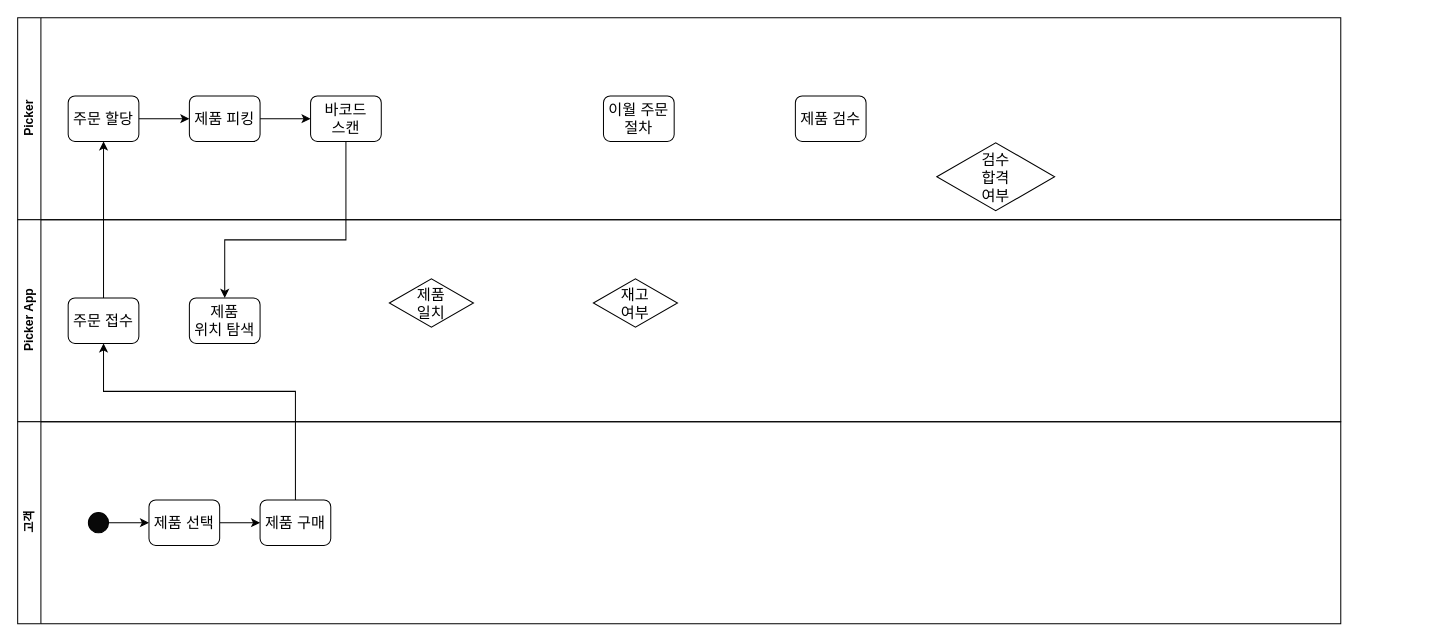
Before: 제목 없는 다이어그램.drawio in dbsrudrla/diagram, a draw.io diagram. Source tidied: cells renumbered, new cells numbered last; positions are measured from the earlier drawing's top-left corner, leaving out a move shared by most shapes. Both pictures are drawn from the tidied source at 101%, with x=0, y=0 at pixel (17, 17).
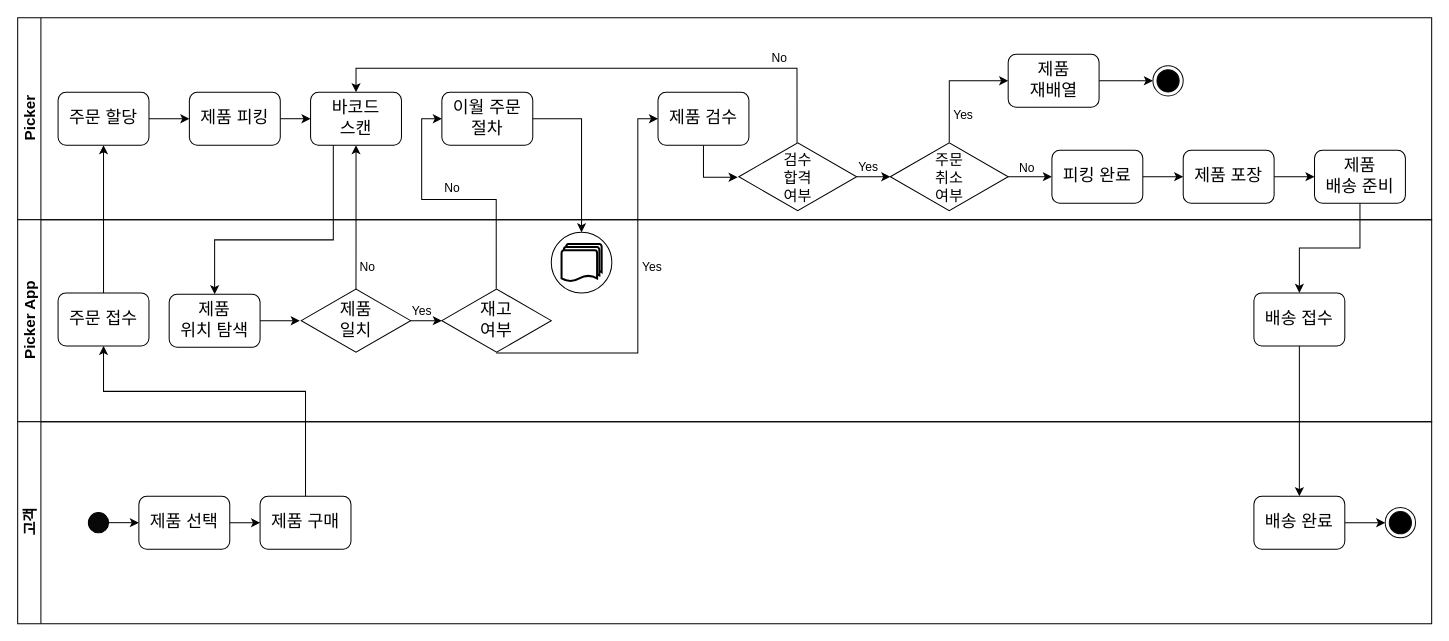
The same diagram, later.

Commit message (it also covers changes not shown here):
제목 없는 다이어그램.drawio 업데이트

The edit, as a diff of the source:
```diff
@@
-    <mxCell id="2" value="Picker" style="swimlane;horizontal=0;whiteSpace=wrap;html=1;" parent="1" vertex="1">
-      <mxGeometry width="1310" height="200" as="geometry" />
+    <mxCell id="2" value="&lt;font style=&quot;font-size: 15px;&quot;&gt;&lt;b&gt;Picker&lt;/b&gt;&lt;/font&gt;" style="swimlane;horizontal=0;whiteSpace=wrap;html=1;fontStyle=0;" parent="1" vertex="1">
+      <mxGeometry width="1400" height="200" as="geometry" />
     </mxCell>
@@
+    <mxCell id="5" style="edgeStyle=orthogonalEdgeStyle;rounded=0;jettySize=auto;html=1;exitX=1;exitY=0.5;exitDx=0;exitDy=0;entryX=0;entryY=0.5;entryDx=0;entryDy=0;" parent="2" edge="1" source="6" target="7">
+      <mxGeometry relative="1" as="geometry" />
+    </mxCell>
+    <mxCell id="25" style="edgeStyle=orthogonalEdgeStyle;rounded=0;jettySize=auto;html=1;exitX=0.5;exitY=0;exitDx=0;exitDy=0;entryX=0.494;entryY=0.02;entryDx=0;entryDy=0;entryPerimeter=0;startArrow=classic;startFill=1;endArrow=none;endFill=0;" parent="2" edge="1" source="7" target="10">
+      <mxGeometry relative="1" as="geometry">
+        <Array as="points">
+          <mxPoint x="335" y="50" />
+          <mxPoint x="772" y="50" />
+          <mxPoint x="772" y="124" />
+        </Array>
+      </mxGeometry>
+    </mxCell>
+    <mxCell id="26" style="edgeStyle=orthogonalEdgeStyle;rounded=0;jettySize=auto;html=1;exitX=0.5;exitY=1;exitDx=0;exitDy=0;entryX=-0.01;entryY=0.507;entryDx=0;entryDy=0;entryPerimeter=0;" parent="2" edge="1" source="9" target="10">
+      <mxGeometry relative="1" as="geometry">
+        <Array as="points">
+          <mxPoint x="679" y="158" />
+        </Array>
+      </mxGeometry>
+    </mxCell>
+    <mxCell id="27" style="edgeStyle=orthogonalEdgeStyle;rounded=0;jettySize=auto;html=1;" parent="2" edge="1" source="10" target="29">
+      <mxGeometry relative="1" as="geometry" />
+    </mxCell>
+    <mxCell id="10" value="검수&lt;br&gt;합격&lt;br&gt;여부" style="html=1;whiteSpace=wrap;shape=isoRectangle;fontSize=15;" parent="2" vertex="1">
+      <mxGeometry x="714" y="122.5" width="116.7" height="70" as="geometry" />
+    </mxCell>
+    <mxCell id="28" style="edgeStyle=orthogonalEdgeStyle;rounded=0;jettySize=auto;html=1;entryX=0;entryY=0.5;entryDx=0;entryDy=0;" parent="2" edge="1" source="29" target="36">
+      <mxGeometry relative="1" as="geometry" />
+    </mxCell>
+    <mxCell id="29" value="주문&lt;br&gt;취소&lt;br&gt;여부" style="html=1;whiteSpace=wrap;shape=isoRectangle;fontSize=15;" parent="2" vertex="1">
+      <mxGeometry x="864" y="122.5" width="116.7" height="70" as="geometry" />
+    </mxCell>
+    <mxCell id="30" style="edgeStyle=orthogonalEdgeStyle;rounded=0;jettySize=auto;html=1;exitX=0;exitY=0.5;exitDx=0;exitDy=0;entryX=0.5;entryY=0.015;entryDx=0;entryDy=0;entryPerimeter=0;startArrow=classic;startFill=1;endArrow=none;endFill=0;" parent="2" edge="1" source="35" target="29">
+      <mxGeometry relative="1" as="geometry" />
+    </mxCell>
+    <mxCell id="31" style="edgeStyle=orthogonalEdgeStyle;rounded=0;jettySize=auto;html=1;exitX=1;exitY=0.5;exitDx=0;exitDy=0;entryX=0;entryY=0.5;entryDx=0;entryDy=0;" parent="2" edge="1" source="35" target="32">
+      <mxGeometry relative="1" as="geometry" />
+    </mxCell>
+    <mxCell id="32" style="ellipse;html=1;shape=endState;fillColor=#000000;strokeColor=#080808;" parent="2" vertex="1">
+      <mxGeometry x="1124" y="47.5" width="30" height="30" as="geometry" />
+    </mxCell>
+    <mxCell id="33" style="edgeStyle=orthogonalEdgeStyle;rounded=0;jettySize=auto;html=1;exitX=1;exitY=0.5;exitDx=0;exitDy=0;entryX=0;entryY=0.5;entryDx=0;entryDy=0;" parent="2" edge="1" source="36" target="37">
+      <mxGeometry relative="1" as="geometry" />
+    </mxCell>
+    <mxCell id="34" style="edgeStyle=orthogonalEdgeStyle;rounded=0;jettySize=auto;html=1;exitX=1;exitY=0.5;exitDx=0;exitDy=0;entryX=0;entryY=0.5;entryDx=0;entryDy=0;" parent="2" edge="1" source="37" target="38">
+      <mxGeometry relative="1" as="geometry" />
+    </mxCell>
-    <mxCell id="4" value="&lt;font style=&quot;font-size: 15px;&quot;&gt;주문 할당&lt;/font&gt;" style="rounded=1;whiteSpace=wrap;html=1;" parent="2" vertex="1">
-      <mxGeometry x="50" y="77.5" width="70" height="45" as="geometry" />
+    <mxCell id="4" value="&lt;font style=&quot;font-size: 17px;&quot;&gt;주문 할당&lt;/font&gt;" style="rounded=1;whiteSpace=wrap;html=1;fontSize=17;" parent="2" vertex="1">
+      <mxGeometry x="40" y="73.8" width="90" height="52.5" as="geometry" />
     </mxCell>
-    <mxCell id="5" style="edgeStyle=orthogonalEdgeStyle;rounded=0;jettySize=auto;html=1;exitX=1;exitY=0.5;exitDx=0;exitDy=0;entryX=0;entryY=0.5;entryDx=0;entryDy=0;" parent="2" edge="1" source="6" target="7">
-      <mxGeometry relative="1" as="geometry" />
-    </mxCell>
-    <mxCell id="6" value="&lt;font style=&quot;font-size: 15px;&quot;&gt;제품 피킹&lt;/font&gt;" style="rounded=1;whiteSpace=wrap;html=1;" parent="2" vertex="1">
-      <mxGeometry x="170" y="77.5" width="70" height="45" as="geometry" />
+    <mxCell id="6" value="&lt;font style=&quot;font-size: 17px;&quot;&gt;제품 피킹&lt;/font&gt;" style="rounded=1;whiteSpace=wrap;html=1;fontSize=17;" parent="2" vertex="1">
+      <mxGeometry x="170" y="73.8" width="90" height="52.5" as="geometry" />
     </mxCell>
-    <mxCell id="7" value="&lt;font style=&quot;font-size: 15px;&quot;&gt;바코드 &lt;br&gt;스캔&lt;/font&gt;" style="rounded=1;whiteSpace=wrap;html=1;" parent="2" vertex="1">
-      <mxGeometry x="290" y="77.5" width="70" height="45" as="geometry" />
+    <mxCell id="7" value="&lt;font style=&quot;font-size: 17px;&quot;&gt;바코드&lt;br&gt;스캔&lt;/font&gt;" style="rounded=1;whiteSpace=wrap;html=1;fontSize=17;" parent="2" vertex="1">
+      <mxGeometry x="290" y="73.8" width="90" height="52.5" as="geometry" />
     </mxCell>
-    <mxCell id="8" value="이월 주문&lt;br style=&quot;font-size: 15px;&quot;&gt;절차" style="rounded=1;whiteSpace=wrap;html=1;fontSize=15;" parent="2" vertex="1">
-      <mxGeometry x="580" y="77.5" width="70" height="45" as="geometry" />
+    <mxCell id="8" value="이월 주문&lt;br&gt;절차" style="rounded=1;whiteSpace=wrap;html=1;fontSize=17;" parent="2" vertex="1">
+      <mxGeometry x="420" y="73.8" width="90" height="52.5" as="geometry" />
     </mxCell>
-    <mxCell id="9" value="제품 검수" style="rounded=1;whiteSpace=wrap;html=1;fontSize=15;" parent="2" vertex="1">
-      <mxGeometry x="770" y="77.5" width="70" height="45" as="geometry" />
+    <mxCell id="9" value="제품 검수" style="rounded=1;whiteSpace=wrap;html=1;fontSize=17;" parent="2" vertex="1">
+      <mxGeometry x="634" y="73.8" width="90" height="52.5" as="geometry" />
     </mxCell>
-    <mxCell id="10" value="검수&lt;br&gt;합격&lt;br&gt;여부" style="html=1;whiteSpace=wrap;shape=isoRectangle;fontSize=15;" parent="2" vertex="1">
-      <mxGeometry x="910" y="122.5" width="116.7" height="70" as="geometry" />
-    </mxCell>
+    <mxCell id="35" value="제품&lt;br&gt;재배열" style="rounded=1;whiteSpace=wrap;html=1;fontSize=17;" parent="2" vertex="1">
+      <mxGeometry x="980.7" y="36.2" width="90" height="52.5" as="geometry" />
+    </mxCell>
+    <mxCell id="36" value="피킹 완료" style="rounded=1;whiteSpace=wrap;html=1;fontSize=17;" parent="2" vertex="1">
+      <mxGeometry x="1024" y="131.2" width="90" height="52.5" as="geometry" />
+    </mxCell>
+    <mxCell id="37" value="제품 포장" style="rounded=1;whiteSpace=wrap;html=1;fontSize=17;" parent="2" vertex="1">
+      <mxGeometry x="1154" y="131.2" width="90" height="52.5" as="geometry" />
+    </mxCell>
+    <mxCell id="38" value="제품&lt;br&gt;배송 준비" style="rounded=1;whiteSpace=wrap;html=1;fontSize=17;" parent="2" vertex="1">
+      <mxGeometry x="1284" y="131.2" width="90" height="52.5" as="geometry" />
+    </mxCell>
+    <mxCell id="39" value="No" style="text;html=1;align=center;verticalAlign=middle;strokeColor=none;fillColor=none;" parent="2" vertex="1">
+      <mxGeometry x="410" y="153.8" width="40" height="30" as="geometry" />
+    </mxCell>
+    <mxCell id="40" value="No" style="text;html=1;align=center;verticalAlign=middle;strokeColor=none;fillColor=none;" parent="2" vertex="1">
+      <mxGeometry x="734" y="24.5" width="40" height="30" as="geometry" />
+    </mxCell>
+    <mxCell id="41" value="Yes" style="text;html=1;align=center;verticalAlign=middle;strokeColor=none;fillColor=none;" parent="2" vertex="1">
+      <mxGeometry x="822" y="133.2" width="40" height="30" as="geometry" />
+    </mxCell>
+    <mxCell id="42" value="Yes" style="text;html=1;align=center;verticalAlign=middle;strokeColor=none;fillColor=none;" parent="2" vertex="1">
+      <mxGeometry x="916" y="82" width="40" height="30" as="geometry" />
+    </mxCell>
+    <mxCell id="43" value="No" style="text;html=1;align=center;verticalAlign=middle;strokeColor=none;fillColor=none;" parent="2" vertex="1">
+      <mxGeometry x="978.7" y="134.2" width="40" height="30" as="geometry" />
+    </mxCell>
-    <mxCell id="11" value="Picker App" style="swimlane;horizontal=0;whiteSpace=wrap;html=1;" parent="1" vertex="1">
-      <mxGeometry y="200" width="1310" height="200" as="geometry" />
+    <mxCell id="11" value="&lt;font style=&quot;font-size: 15px;&quot;&gt;Picker App&lt;/font&gt;" style="swimlane;horizontal=0;whiteSpace=wrap;html=1;" parent="1" vertex="1">
+      <mxGeometry y="200" width="1400" height="200" as="geometry" />
     </mxCell>
+    <mxCell id="44" style="edgeStyle=orthogonalEdgeStyle;rounded=0;jettySize=auto;html=1;exitX=1;exitY=0.5;exitDx=0;exitDy=0;entryX=-0.014;entryY=0.497;entryDx=0;entryDy=0;entryPerimeter=0;" parent="11" edge="1" source="13" target="14">
+      <mxGeometry relative="1" as="geometry" />
+    </mxCell>
+    <mxCell id="14" value="제품&lt;br style=&quot;font-size: 17px;&quot;&gt;일치" style="html=1;whiteSpace=wrap;shape=isoRectangle;fontSize=17;" parent="11" vertex="1">
+      <mxGeometry x="280.8" y="67.5" width="108.3" height="65" as="geometry" />
+    </mxCell>
+    <mxCell id="45" style="edgeStyle=orthogonalEdgeStyle;rounded=0;jettySize=auto;html=1;startArrow=classic;startFill=1;endArrow=none;endFill=0;" parent="11" edge="1" source="15" target="14">
+      <mxGeometry relative="1" as="geometry" />
+    </mxCell>
+    <mxCell id="15" value="재고&lt;br style=&quot;font-size: 17px;&quot;&gt;여부" style="html=1;whiteSpace=wrap;shape=isoRectangle;fontSize=17;" parent="11" vertex="1">
+      <mxGeometry x="420" y="67.5" width="108.3" height="65" as="geometry" />
+    </mxCell>
-    <mxCell id="12" value="&lt;font style=&quot;font-size: 15px;&quot;&gt;주문 접수&lt;/font&gt;" style="rounded=1;whiteSpace=wrap;html=1;" parent="11" vertex="1">
-      <mxGeometry x="50" y="77.5" width="70" height="45" as="geometry" />
+    <mxCell id="12" value="&lt;font style=&quot;font-size: 17px;&quot;&gt;주문 접수&lt;/font&gt;" style="rounded=1;whiteSpace=wrap;html=1;fontSize=17;" parent="11" vertex="1">
+      <mxGeometry x="40" y="72.5" width="90" height="52.5" as="geometry" />
     </mxCell>
-    <mxCell id="13" value="&lt;font style=&quot;font-size: 15px;&quot;&gt;제품 &lt;br&gt;위치 탐색&lt;/font&gt;" style="rounded=1;whiteSpace=wrap;html=1;" parent="11" vertex="1">
-      <mxGeometry x="170" y="77.5" width="70" height="45" as="geometry" />
+    <mxCell id="13" value="&lt;font style=&quot;font-size: 17px;&quot;&gt;제품&lt;br&gt;위치 탐색&lt;br&gt;&lt;/font&gt;" style="rounded=1;whiteSpace=wrap;html=1;fontSize=17;" parent="11" vertex="1">
+      <mxGeometry x="150" y="73.8" width="90" height="52.5" as="geometry" />
     </mxCell>
-    <mxCell id="14" value="제품&lt;br style=&quot;font-size: 15px;&quot;&gt;일치" style="html=1;whiteSpace=wrap;shape=isoRectangle;fontSize=15;" parent="11" vertex="1">
-      <mxGeometry x="368" y="57.5" width="83.3" height="50" as="geometry" />
-    </mxCell>
-    <mxCell id="15" value="재고&lt;br style=&quot;font-size: 15px;&quot;&gt;여부" style="html=1;whiteSpace=wrap;shape=isoRectangle;fontSize=15;" parent="11" vertex="1">
-      <mxGeometry x="570" y="57.5" width="83.3" height="50" as="geometry" />
-    </mxCell>
+    <mxCell id="46" value="배송 접수" style="rounded=1;whiteSpace=wrap;html=1;fontSize=17;" parent="11" vertex="1">
+      <mxGeometry x="1224" y="72.5" width="90" height="52.5" as="geometry" />
+    </mxCell>
+    <mxCell id="47" value="No" style="text;html=1;align=center;verticalAlign=middle;strokeColor=none;fillColor=none;" parent="11" vertex="1">
+      <mxGeometry x="326" y="31.5" width="40" height="30" as="geometry" />
+    </mxCell>
+    <mxCell id="48" value="Yes" style="text;html=1;align=center;verticalAlign=middle;strokeColor=none;fillColor=none;" parent="11" vertex="1">
+      <mxGeometry x="608.3" y="31.5" width="40" height="30" as="geometry" />
+    </mxCell>
+    <mxCell id="49" style="verticalLabelPosition=bottom;verticalAlign=top;html=1;shape=mxgraph.flowchart.on-page_reference;" parent="11" vertex="1">
+      <mxGeometry x="528.3" y="12.5" width="60" height="60" as="geometry" />
+    </mxCell>
+    <mxCell id="50" style="strokeWidth=2;html=1;shape=mxgraph.flowchart.multi-document;whiteSpace=wrap;" parent="11" vertex="1">
+      <mxGeometry x="538.5" y="24" width="39.7" height="37.5" as="geometry" />
+    </mxCell>
-    <mxCell id="16" value="고객" style="swimlane;horizontal=0;whiteSpace=wrap;html=1;" parent="1" vertex="1">
-      <mxGeometry y="400" width="1310" height="200" as="geometry" />
+    <mxCell id="16" value="&lt;font style=&quot;font-size: 15px;&quot;&gt;고객&lt;/font&gt;" style="swimlane;horizontal=0;whiteSpace=wrap;html=1;" parent="1" vertex="1">
+      <mxGeometry y="400" width="1400" height="200" as="geometry" />
     </mxCell>
@@
-    <mxCell id="19" style="edgeStyle=orthogonalEdgeStyle;rounded=0;jettySize=auto;html=1;exitX=1;exitY=0.5;exitDx=0;exitDy=0;entryX=0;entryY=0.5;entryDx=0;entryDy=0;" parent="16" edge="1" source="20" target="21">
-      <mxGeometry relative="1" as="geometry" />
+    <mxCell id="19" style="edgeStyle=orthogonalEdgeStyle;rounded=0;jettySize=auto;html=1;exitX=1;exitY=0.5;exitDx=0;exitDy=0;entryX=0;entryY=0.5;entryDx=0;entryDy=0;" parent="16" edge="1" source="20">
+      <mxGeometry relative="1" as="geometry">
+        <mxPoint x="240" y="100" as="targetPoint" />
+      </mxGeometry>
     </mxCell>
-    <mxCell id="20" value="&lt;font style=&quot;font-size: 15px;&quot;&gt;제품 선택&lt;/font&gt;" style="rounded=1;whiteSpace=wrap;html=1;" parent="16" vertex="1">
-      <mxGeometry x="130" y="77.5" width="70" height="45" as="geometry" />
+    <mxCell id="20" value="&lt;font style=&quot;font-size: 17px;&quot;&gt;제품 선택&lt;/font&gt;" style="rounded=1;whiteSpace=wrap;html=1;" parent="16" vertex="1">
+      <mxGeometry x="120" y="73.8" width="90" height="52.5" as="geometry" />
     </mxCell>
+    <mxCell id="51" style="edgeStyle=orthogonalEdgeStyle;rounded=0;jettySize=auto;html=1;exitX=1;exitY=0.5;exitDx=0;exitDy=0;entryX=0;entryY=0.5;entryDx=0;entryDy=0;" parent="16" edge="1" source="53" target="52">
+      <mxGeometry relative="1" as="geometry" />
+    </mxCell>
+    <mxCell id="52" style="ellipse;html=1;shape=endState;fillColor=#000000;strokeColor=#080808;" parent="16" vertex="1">
+      <mxGeometry x="1354" y="85" width="30" height="30" as="geometry" />
+    </mxCell>
-    <mxCell id="21" value="&lt;font style=&quot;font-size: 15px;&quot;&gt;제품 구매&lt;/font&gt;" style="rounded=1;whiteSpace=wrap;html=1;" parent="16" vertex="1">
-      <mxGeometry x="240" y="77.5" width="70" height="45" as="geometry" />
+    <mxCell id="21" value="&lt;font style=&quot;font-size: 17px;&quot;&gt;제품 구매&lt;/font&gt;" style="rounded=1;whiteSpace=wrap;html=1;fontSize=17;" parent="16" vertex="1">
+      <mxGeometry x="240" y="73.8" width="90" height="52.5" as="geometry" />
     </mxCell>
+    <mxCell id="53" value="배송 완료" style="rounded=1;whiteSpace=wrap;html=1;fontSize=17;" parent="16" vertex="1">
+      <mxGeometry x="1224" y="73.8" width="90" height="52.5" as="geometry" />
+    </mxCell>
     <mxCell id="22" style="edgeStyle=orthogonalEdgeStyle;rounded=0;jettySize=auto;html=1;exitX=0.5;exitY=0;exitDx=0;exitDy=0;entryX=0.5;entryY=1;entryDx=0;entryDy=0;" parent="1" edge="1" source="21" target="12">
       <mxGeometry relative="1" as="geometry">
         <Array as="points">
-          <mxPoint x="275" y="370" />
+          <mxPoint x="285" y="370" />
           <mxPoint x="85" y="370" />
         </Array>
       </mxGeometry>
     </mxCell>
-    <mxCell id="23" style="edgeStyle=orthogonalEdgeStyle;rounded=0;jettySize=auto;html=1;exitX=0.5;exitY=0;exitDx=0;exitDy=0;entryX=0.5;entryY=1;entryDx=0;entryDy=0;" parent="1" edge="1" source="12" target="4">
+    <mxCell id="23" style="edgeStyle=orthogonalEdgeStyle;rounded=0;jettySize=auto;html=1;entryX=0.5;entryY=1;entryDx=0;entryDy=0;exitX=0.5;exitY=0;exitDx=0;exitDy=0;" parent="1" edge="1" source="12" target="4">
       <mxGeometry relative="1" as="geometry" />
     </mxCell>
-    <mxCell id="24" style="edgeStyle=orthogonalEdgeStyle;rounded=0;jettySize=auto;html=1;exitX=0.5;exitY=1;exitDx=0;exitDy=0;entryX=0.5;entryY=0;entryDx=0;entryDy=0;" parent="1" edge="1" source="7" target="13">
+    <mxCell id="24" style="edgeStyle=orthogonalEdgeStyle;rounded=0;jettySize=auto;html=1;exitX=0.25;exitY=1;exitDx=0;exitDy=0;entryX=0.5;entryY=0;entryDx=0;entryDy=0;" parent="1" edge="1" source="7" target="13">
       <mxGeometry relative="1" as="geometry">
         <Array as="points">
-          <mxPoint x="325" y="220" />
-          <mxPoint x="205" y="220" />
+          <mxPoint x="313" y="220" />
+          <mxPoint x="195" y="220" />
         </Array>
       </mxGeometry>
     </mxCell>
+    <mxCell id="54" style="edgeStyle=orthogonalEdgeStyle;rounded=0;jettySize=auto;html=1;exitX=0.5;exitY=1;exitDx=0;exitDy=0;entryX=0.5;entryY=0.019;entryDx=0;entryDy=0;entryPerimeter=0;startArrow=classic;startFill=1;endArrow=none;endFill=0;" parent="1" edge="1" source="7" target="14">
+      <mxGeometry relative="1" as="geometry">
+        <Array as="points">
+          <mxPoint x="335" y="230" />
+          <mxPoint x="335" y="230" />
+        </Array>
+      </mxGeometry>
+    </mxCell>
+    <mxCell id="55" style="edgeStyle=orthogonalEdgeStyle;rounded=0;jettySize=auto;html=1;exitX=0;exitY=0.5;exitDx=0;exitDy=0;entryX=0.497;entryY=0.015;entryDx=0;entryDy=0;entryPerimeter=0;startArrow=classic;startFill=1;endArrow=none;endFill=0;" parent="1" edge="1" source="8" target="15">
+      <mxGeometry relative="1" as="geometry">
+        <Array as="points">
+          <mxPoint x="400" y="100" />
+          <mxPoint x="400" y="180" />
+          <mxPoint x="474" y="180" />
+        </Array>
+      </mxGeometry>
+    </mxCell>
+    <mxCell id="56" style="edgeStyle=elbowEdgeStyle;rounded=0;jettySize=auto;html=1;endArrow=none;endFill=0;startArrow=classic;startFill=1;exitX=0;exitY=0.5;exitDx=0;exitDy=0;entryX=0.497;entryY=0.991;entryDx=0;entryDy=0;entryPerimeter=0;" parent="1" edge="1" source="9" target="15">
+      <mxGeometry relative="1" as="geometry">
+        <Array as="points">
+          <mxPoint x="614" y="230" />
+          <mxPoint x="684" y="190" />
+        </Array>
+      </mxGeometry>
+    </mxCell>
+    <mxCell id="57" style="edgeStyle=orthogonalEdgeStyle;rounded=0;jettySize=auto;html=1;exitX=0.5;exitY=1;exitDx=0;exitDy=0;entryX=0.5;entryY=0;entryDx=0;entryDy=0;" parent="1" edge="1" source="38" target="46">
+      <mxGeometry relative="1" as="geometry" />
+    </mxCell>
+    <mxCell id="58" style="edgeStyle=orthogonalEdgeStyle;rounded=0;jettySize=auto;html=1;exitX=0.5;exitY=1;exitDx=0;exitDy=0;entryX=0.5;entryY=0;entryDx=0;entryDy=0;" parent="1" edge="1" source="46" target="53">
+      <mxGeometry relative="1" as="geometry" />
+    </mxCell>
+    <mxCell id="59" value="Yes" style="text;html=1;align=center;verticalAlign=middle;strokeColor=none;fillColor=none;" parent="1" vertex="1">
+      <mxGeometry x="380" y="276" width="40" height="30" as="geometry" />
+    </mxCell>
+    <mxCell id="60" style="edgeStyle=orthogonalEdgeStyle;rounded=0;jettySize=auto;html=1;exitX=1;exitY=0.5;exitDx=0;exitDy=0;entryX=0.5;entryY=0;entryDx=0;entryDy=0;entryPerimeter=0;" parent="1" edge="1" source="8" target="49">
+      <mxGeometry relative="1" as="geometry" />
+    </mxCell>
```
